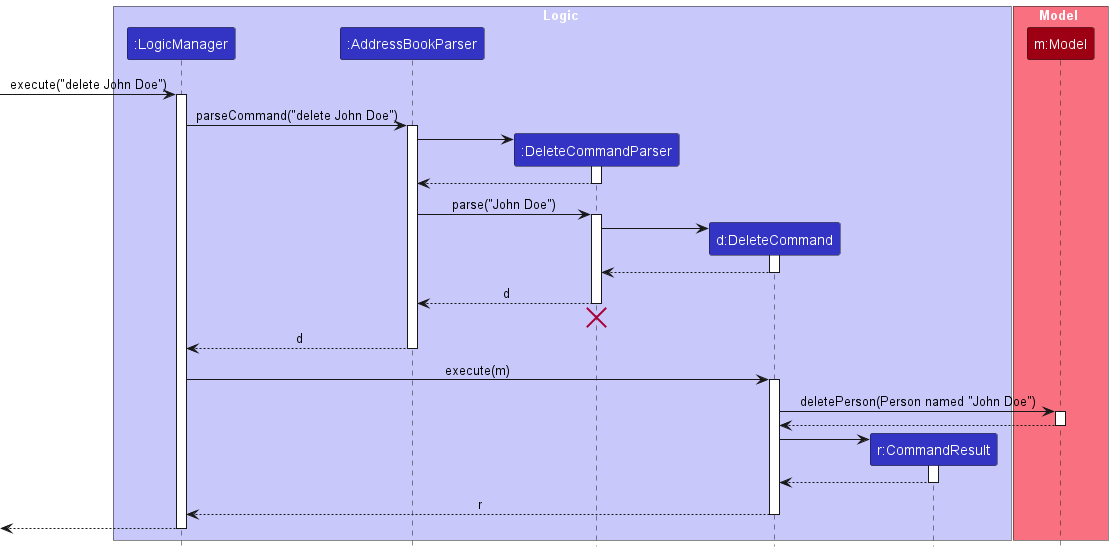
This is docs/images/DeleteSequenceDiagram.png from nus-cs2103-AY2425S1/tp, a PlantUML export, as it was before one commit. Source of this version:
```plantuml
@startuml
!include style.puml
skinparam ArrowFontStyle plain

box Logic LOGIC_COLOR_T1
participant ":LogicManager" as LogicManager LOGIC_COLOR
participant ":AddressBookParser" as AddressBookParser LOGIC_COLOR
participant ":DeleteCommandParser" as DeleteCommandParser LOGIC_COLOR
participant "d:DeleteCommand" as DeleteCommand LOGIC_COLOR
participant "r:CommandResult" as CommandResult LOGIC_COLOR
end box

box Model MODEL_COLOR_T1
participant "m:Model" as Model MODEL_COLOR
end box

[-> LogicManager : execute("delete John Doe")
activate LogicManager

LogicManager -> AddressBookParser : parseCommand("delete John Doe")
activate AddressBookParser

create DeleteCommandParser
AddressBookParser -> DeleteCommandParser
activate DeleteCommandParser

DeleteCommandParser --> AddressBookParser
deactivate DeleteCommandParser

AddressBookParser -> DeleteCommandParser : parse("John Doe")
activate DeleteCommandParser

create DeleteCommand
DeleteCommandParser -> DeleteCommand
activate DeleteCommand

DeleteCommand --> DeleteCommandParser :
deactivate DeleteCommand

DeleteCommandParser --> AddressBookParser : d
deactivate DeleteCommandParser
DeleteCommandParser -[hidden]-> AddressBookParser
destroy DeleteCommandParser

AddressBookParser --> LogicManager : d
deactivate AddressBookParser

LogicManager -> DeleteCommand : execute(m)
activate DeleteCommand

DeleteCommand -> Model : deletePerson(Person named "John Doe")
activate Model

Model --> DeleteCommand
deactivate Model

create CommandResult
DeleteCommand -> CommandResult
activate CommandResult

CommandResult --> DeleteCommand
deactivate CommandResult

DeleteCommand --> LogicManager : r
deactivate DeleteCommand

[<--LogicManager
deactivate LogicManager
@enduml
```
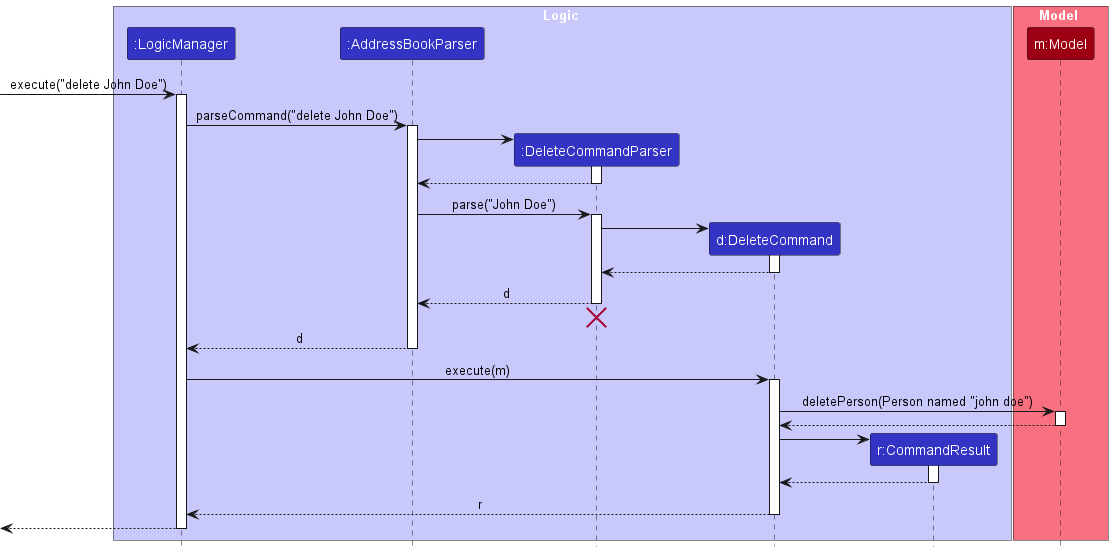
The same diagram one commit later.

Diff of the diagram source:
```diff
@@ -48,7 +48,7 @@
 LogicManager -> DeleteCommand : execute(m)
 activate DeleteCommand
 
-DeleteCommand -> Model : deletePerson(Person named "John Doe")
+DeleteCommand -> Model : deletePerson(Person named "john doe")
 activate Model
 
 Model --> DeleteCommand
```
